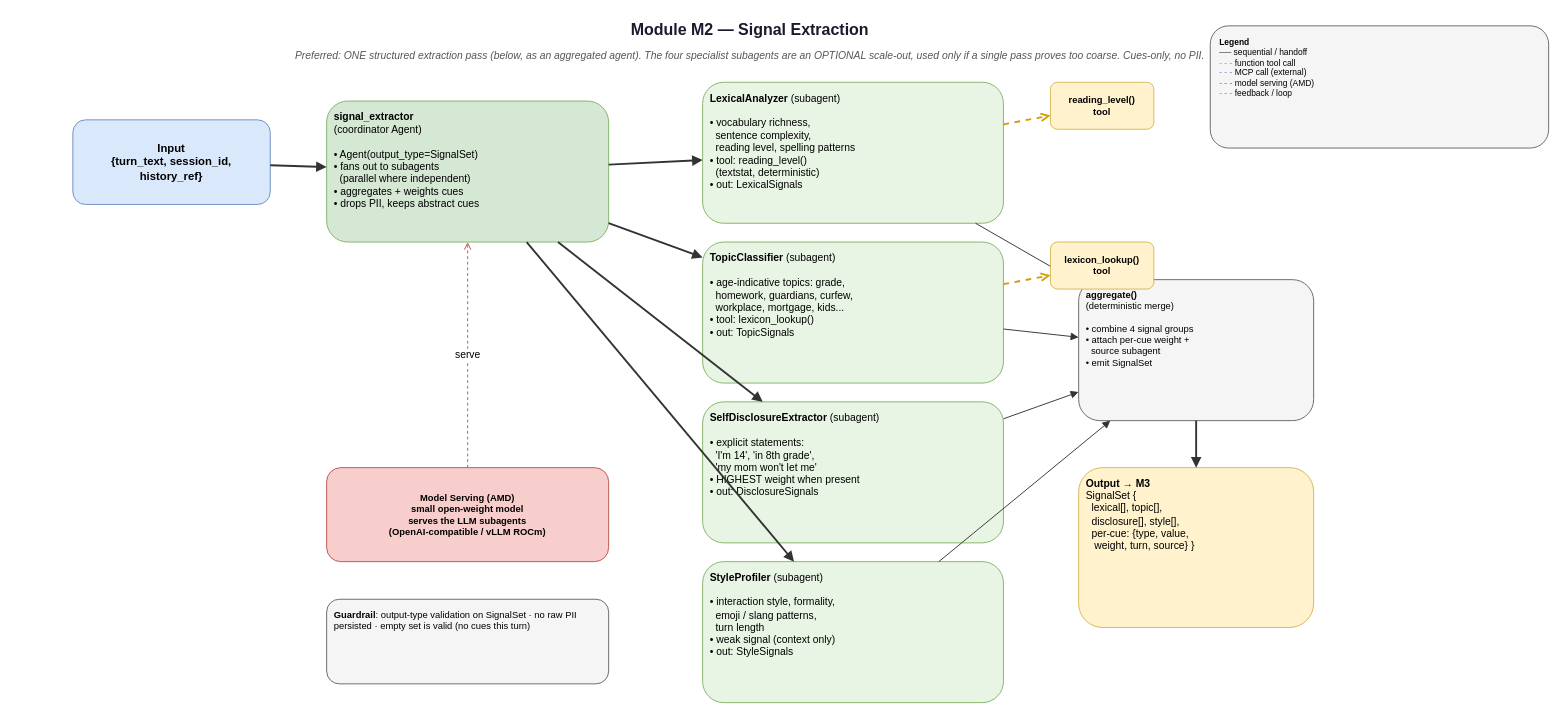
Above: page "2 · M2 Signal Extraction" (3 of 12) of docs/ageband_modular_architecture.drawio in asishbose/ageBand (draw.io), before the change. Source tidied: cells renumbered, new cells numbered last; positions are measured from the earlier drawing's top-left corner, leaving out a move shared by most shapes. Both pictures are drawn from the tidied source at 94%, with x=0, y=0 at pixel (54, 16).
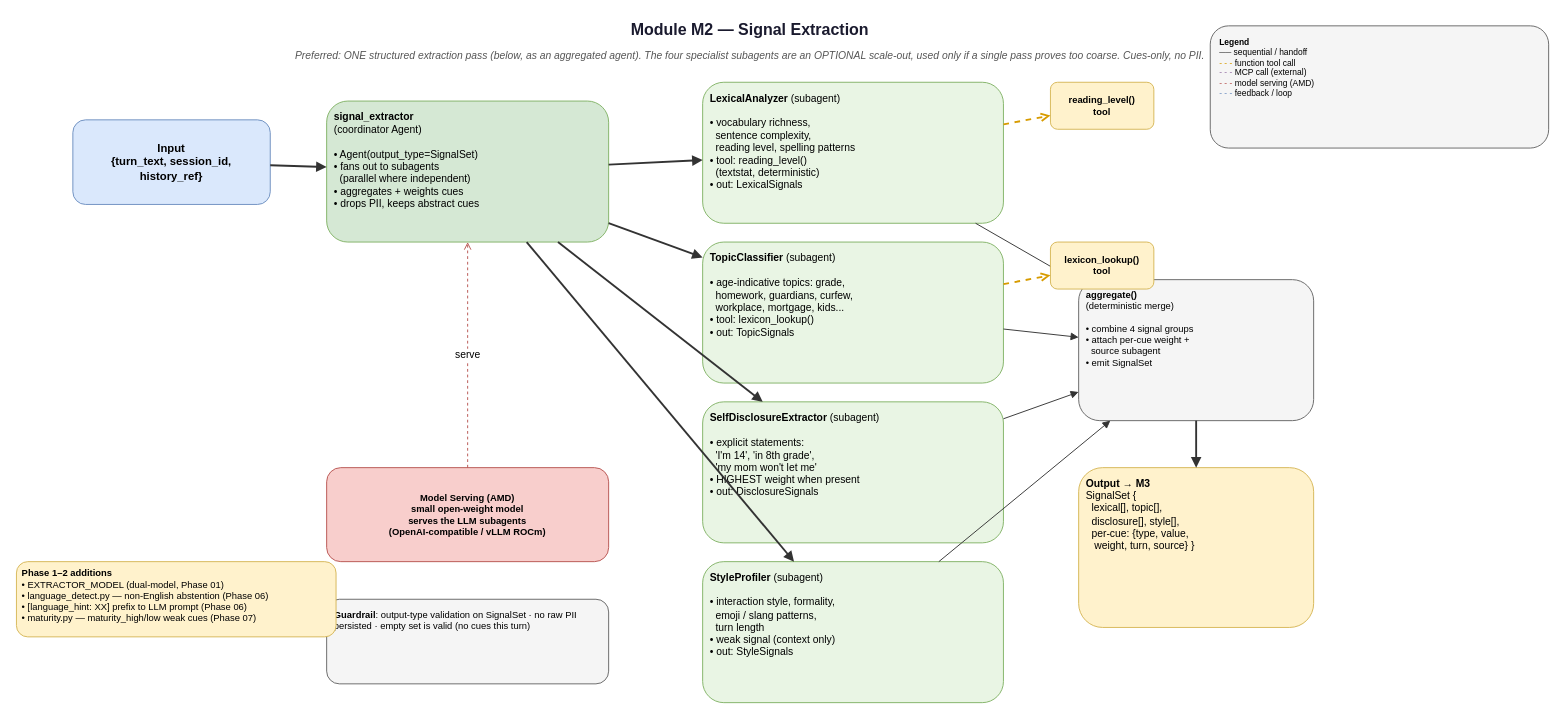
The same page after the edit.

What changed in the source:
```diff
@@
+    <mxCell id="30" value="&lt;b&gt;Phase 1–2 additions&lt;/b&gt;&lt;br/&gt;• EXTRACTOR_MODEL (dual-model, Phase 01)&lt;br/&gt;• language_detect.py — non-English abstention (Phase 06)&lt;br/&gt;• [language_hint: XX] prefix to LLM prompt (Phase 06)&lt;br/&gt;• maturity.py — maturity_high/low weak cues (Phase 07)" style="text;html=1;strokeColor=#d6b656;fillColor=#fff2cc;align=left;verticalAlign=top;spacingLeft=4;spacingRight=4;overflow=hidden;rounded=1;fontSize=10;fontFamily=Helvetica;" parent="1" vertex="1">
+      <mxGeometry x="-40" y="580" width="340" height="80" as="geometry" />
+    </mxCell>
```
